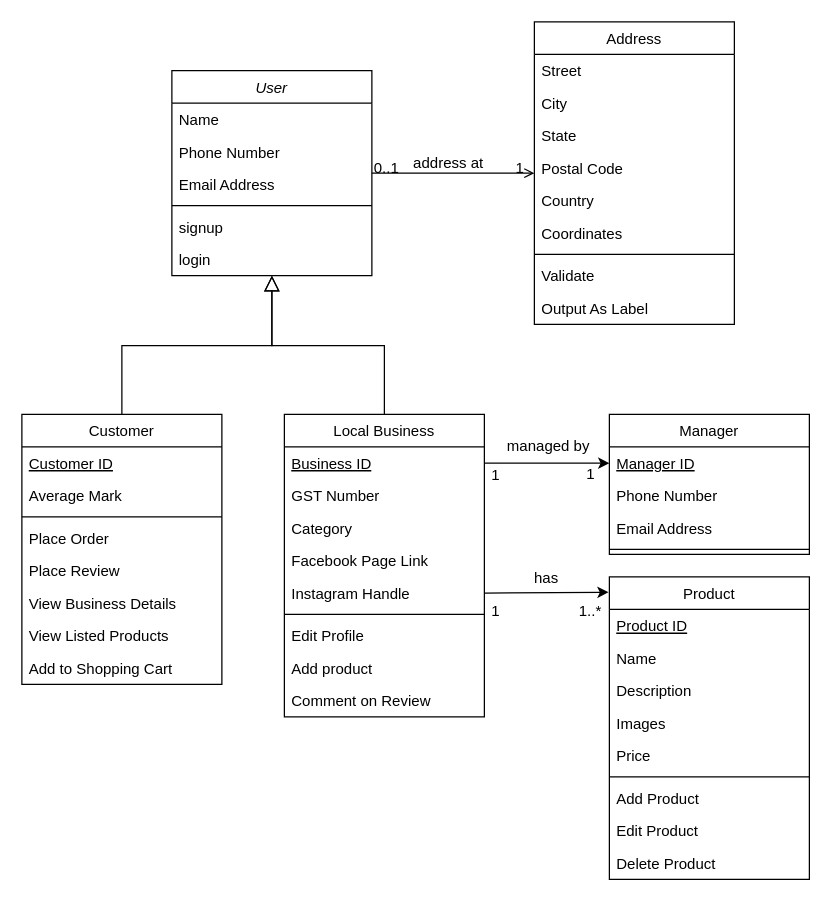
The draw.io diagram ObjectClassDiagram.drawio in Thakkar-Khushang/Lofy-Backend, before the edit. Source tidied: cells renumbered, new cells numbered last; positions are measured from the earlier drawing's top-left corner, leaving out a move shared by most shapes. Both pictures are drawn from the tidied source at 125%, with x=0, y=0 at pixel (21, 21).
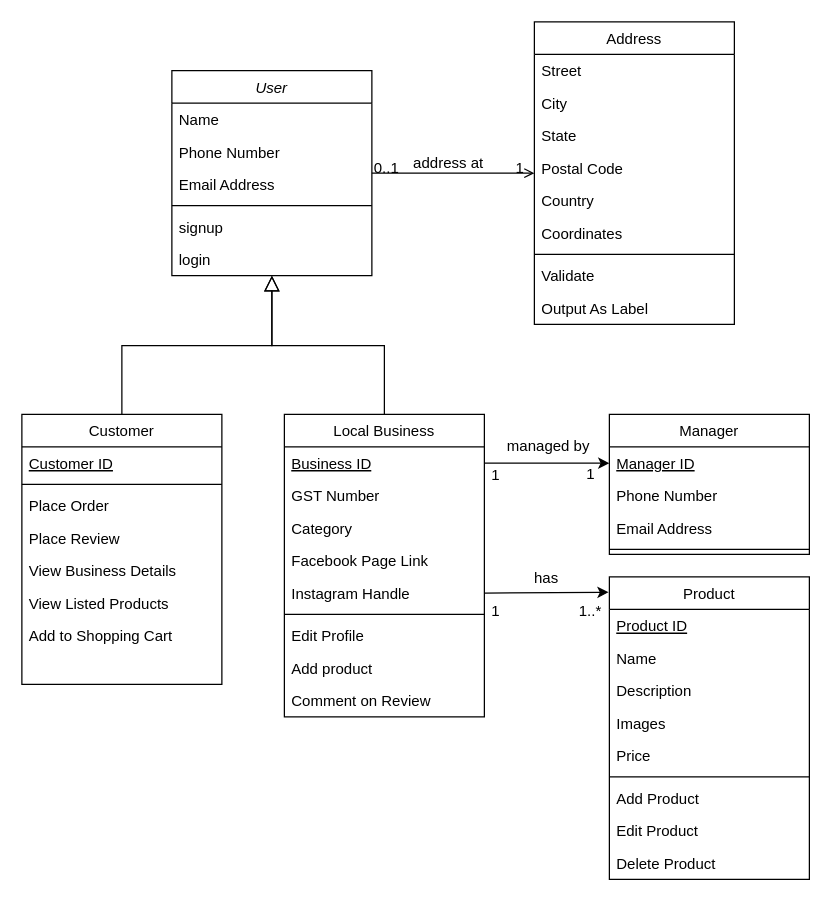
The same diagram, later.

Commit message:
removed avg mark from customer

The change refers to these unchanged cells:
```xml
<mxCell id="9" value="Customer" style="swimlane;fontStyle=0;align=center;verticalAlign=top;horizontal=1;startSize=26;rounded=0;shadow=0;strokeWidth=1;" parent="1" vertex="1">
  <mxGeometry y="314" width="160" height="216" as="geometry" />
</mxCell>
```

What changed in the source:
```diff
@@
-    <mxCell id="11" value="Average Mark" style="text;align=left;verticalAlign=top;spacingLeft=4;spacingRight=4;overflow=hidden;rounded=0;shadow=0;html=0;" parent="9" vertex="1">
-      <mxGeometry y="52" width="160" height="26" as="geometry" />
-    </mxCell>
     <mxCell id="12" style="line;html=1;strokeWidth=1;align=left;verticalAlign=middle;spacingTop=-1;spacingLeft=3;spacingRight=3;labelPosition=right;" parent="9" vertex="1">
-      <mxGeometry y="78" width="160" height="8" as="geometry" />
+      <mxGeometry y="52" width="160" height="8" as="geometry" />
     </mxCell>
     <mxCell id="13" value="Place Order" style="text;align=left;verticalAlign=top;spacingLeft=4;spacingRight=4;overflow=hidden;fontStyle=0;" parent="9" vertex="1">
-      <mxGeometry y="86" width="160" height="26" as="geometry" />
+      <mxGeometry y="60" width="160" height="26" as="geometry" />
     </mxCell>
     <mxCell id="14" value="Place Review" style="text;align=left;verticalAlign=top;spacingLeft=4;spacingRight=4;overflow=hidden;" parent="9" vertex="1">
-      <mxGeometry y="112" width="160" height="26" as="geometry" />
+      <mxGeometry y="86" width="160" height="26" as="geometry" />
     </mxCell>
     <mxCell id="15" value="View Business Details" style="text;align=left;verticalAlign=top;spacingLeft=4;spacingRight=4;overflow=hidden;" parent="9" vertex="1">
-      <mxGeometry y="138" width="160" height="26" as="geometry" />
+      <mxGeometry y="112" width="160" height="26" as="geometry" />
     </mxCell>
     <mxCell id="16" value="View Listed Products" style="text;align=left;verticalAlign=top;spacingLeft=4;spacingRight=4;overflow=hidden;" parent="9" vertex="1">
-      <mxGeometry y="164" width="160" height="26" as="geometry" />
+      <mxGeometry y="138" width="160" height="26" as="geometry" />
     </mxCell>
     <mxCell id="17" value="Add to Shopping Cart" style="text;align=left;verticalAlign=top;spacingLeft=4;spacingRight=4;overflow=hidden;" parent="9" vertex="1">
-      <mxGeometry y="190" width="160" height="26" as="geometry" />
+      <mxGeometry y="164" width="160" height="26" as="geometry" />
     </mxCell>
```
